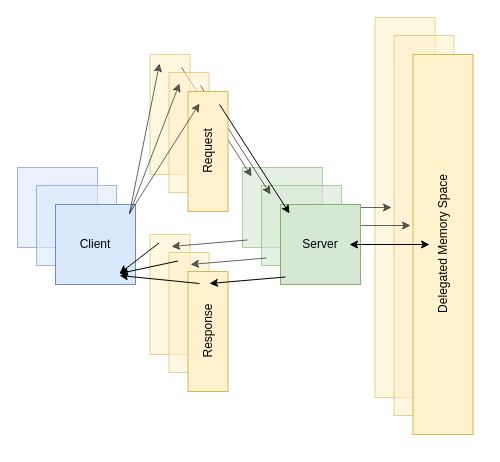
This is FIG/general_delegation.drawio from bitslab/dill_thesis, a draw.io file, before an edit. Source tidied: cells renumbered, new cells numbered last; positions are measured from the earlier drawing's top-left corner, leaving out a move shared by most shapes. Both pictures are drawn from the tidied source at 100%, with x=0, y=0 at pixel (17, 17).
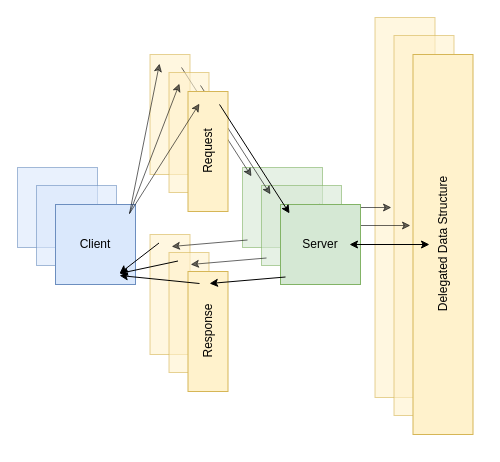
After the change.

Unchanged cells that the change refers to:
```xml
<mxCell id="23" style="group;" parent="22" vertex="1">
  <mxGeometry width="417.5" height="380" as="geometry" />
</mxCell>
```

The edit, as a diff of the source:
```diff
@@
-    <mxCell id="27" value="Delegated Memory Space" style="rounded=0;whiteSpace=wrap;html=1;horizontal=0;fillColor=#fff2cc;strokeColor=#d6b656;" parent="23" vertex="1">
+    <mxCell id="27" value="Delegated Data Structure" style="rounded=0;whiteSpace=wrap;html=1;horizontal=0;fillColor=#fff2cc;strokeColor=#d6b656;" parent="23" vertex="1">
       <mxGeometry x="357.5" width="60" height="380" as="geometry" />
     </mxCell>
```
